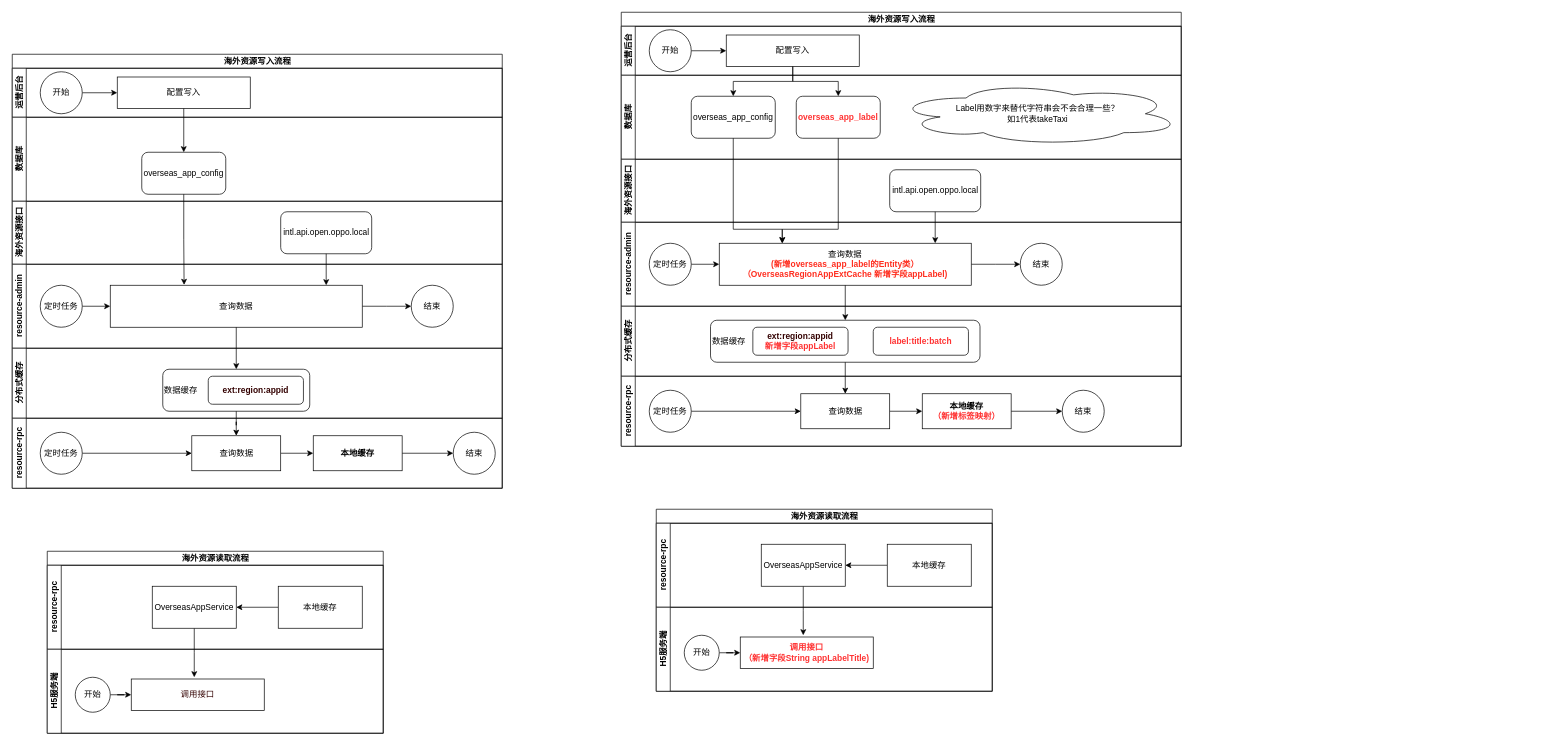
ETHAN0430/draw.io.repo keeps this draw.io diagram as overseas.drawio. Above is the earlier version. Source tidied: cells renumbered, new cells numbered last; positions are measured from the earlier drawing's top-left corner, leaving out a move shared by most shapes. Both pictures are drawn from the tidied source at 70%, with x=0, y=0 at pixel (12, 12).
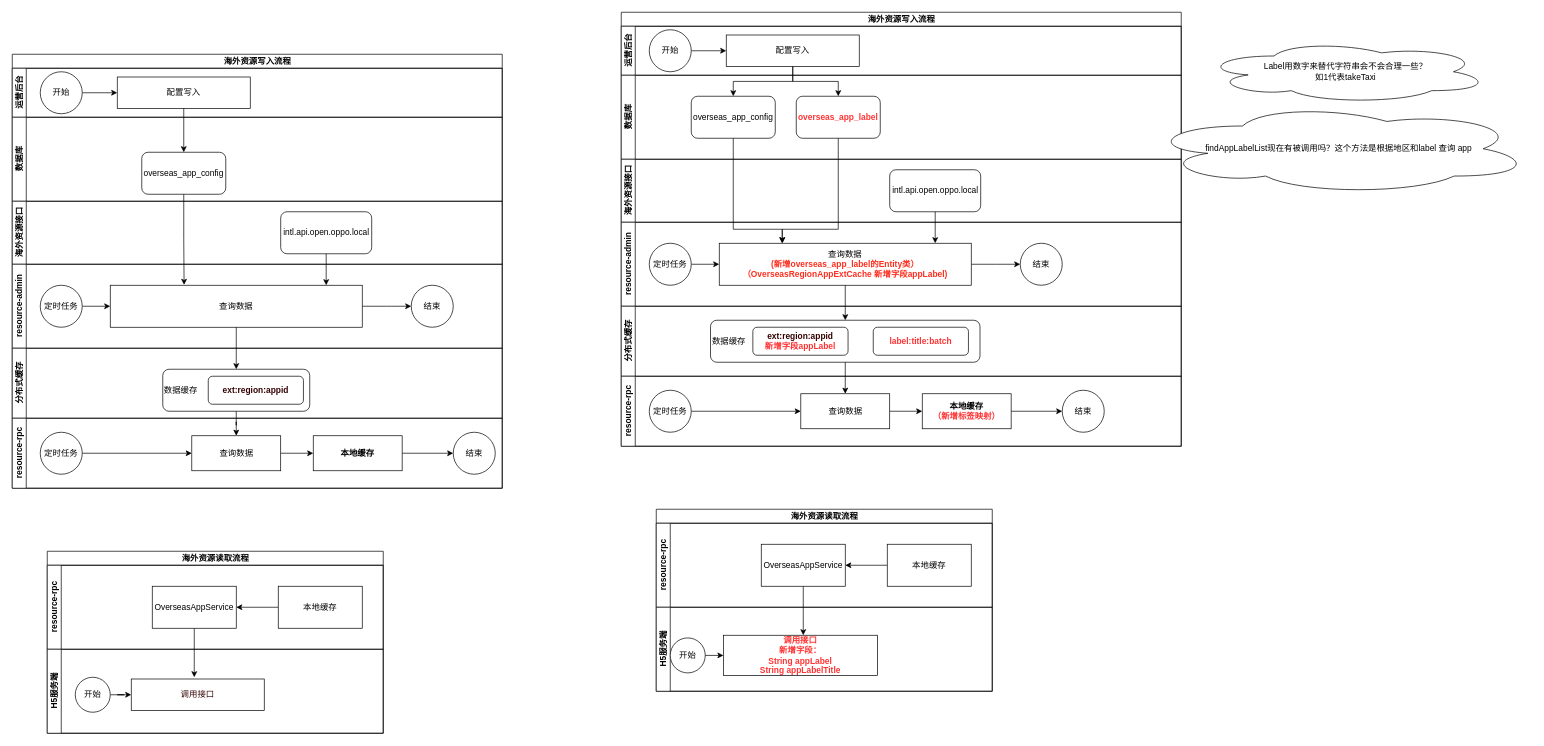
The same diagram, later.

Unchanged cells that the change refers to:
```xml
<mxCell id="7" value="数据库" style="swimlane;startSize=20;horizontal=0;html=1;" parent="2" vertex="1">
  <mxGeometry y="90" width="800" height="120" as="geometry" />
</mxCell>
<mxCell id="44" value="H5服务端" style="swimlane;startSize=20;horizontal=0;html=1;" parent="38" vertex="1">
  <mxGeometry y="140" width="480" height="120" as="geometry" />
</mxCell>
```

Diff of the diagram source:
```diff
@@
-    <mxCell id="10" value="Label用数字来替代字符串会不会合理一些？&lt;br&gt;如1代表takeTaxi" style="ellipse;shape=cloud;whiteSpace=wrap;html=1;" parent="7" vertex="1">
-      <mxGeometry x="390" y="10" width="410" height="90" as="geometry" />
-    </mxCell>
@@
-    <mxCell id="45" value="&lt;font color=&quot;#ff3333&quot;&gt;&lt;b&gt;调用接口&lt;br&gt;（新增字段String appLabelTitle)&lt;/b&gt;&lt;/font&gt;" style="whiteSpace=wrap;html=1;" parent="44" vertex="1">
-      <mxGeometry x="120" y="42.5" width="190" height="45" as="geometry" />
+    <mxCell id="45" value="&lt;font color=&quot;#ff3333&quot;&gt;&lt;b&gt;调用接口&lt;br&gt;新增字段：&lt;br&gt;String appLabel&lt;br&gt;String appLabelTitle&lt;/b&gt;&lt;/font&gt;" style="whiteSpace=wrap;html=1;" parent="44" vertex="1">
+      <mxGeometry x="96" y="40" width="220" height="57.5" as="geometry" />
     </mxCell>
+    <mxCell id="47" value="开始" style="ellipse;whiteSpace=wrap;html=1;" parent="44" vertex="1">
+      <mxGeometry x="20" y="43.8" width="50" height="50" as="geometry" />
+    </mxCell>
-    <mxCell id="46" style="edgeStyle=orthogonalEdgeStyle;rounded=0;jettySize=auto;html=1;" parent="1" edge="1" source="47" target="45">
+    <mxCell id="46" style="edgeStyle=orthogonalEdgeStyle;rounded=0;jettySize=auto;html=1;" parent="44" edge="1" source="47" target="45">
       <mxGeometry relative="1" as="geometry" />
     </mxCell>
-    <mxCell id="47" value="开始" style="ellipse;whiteSpace=wrap;html=1;" parent="1" vertex="1">
-      <mxGeometry x="960" y="890" width="50" height="50" as="geometry" />
-    </mxCell>
@@
+    <mxCell id="89" value="findAppLabelList现在有被调用吗？这个方法是根据地区和label 查询 app" style="ellipse;shape=cloud;whiteSpace=wrap;html=1;" parent="1" vertex="1">
+      <mxGeometry x="1620" y="130" width="550" height="130" as="geometry" />
+    </mxCell>
+    <mxCell id="10" value="Label用数字来替代字符串会不会合理一些？&lt;br&gt;如1代表takeTaxi" style="ellipse;shape=cloud;whiteSpace=wrap;html=1;" parent="1" vertex="1">
+      <mxGeometry x="1700" y="40" width="410" height="90" as="geometry" />
+    </mxCell>
```
